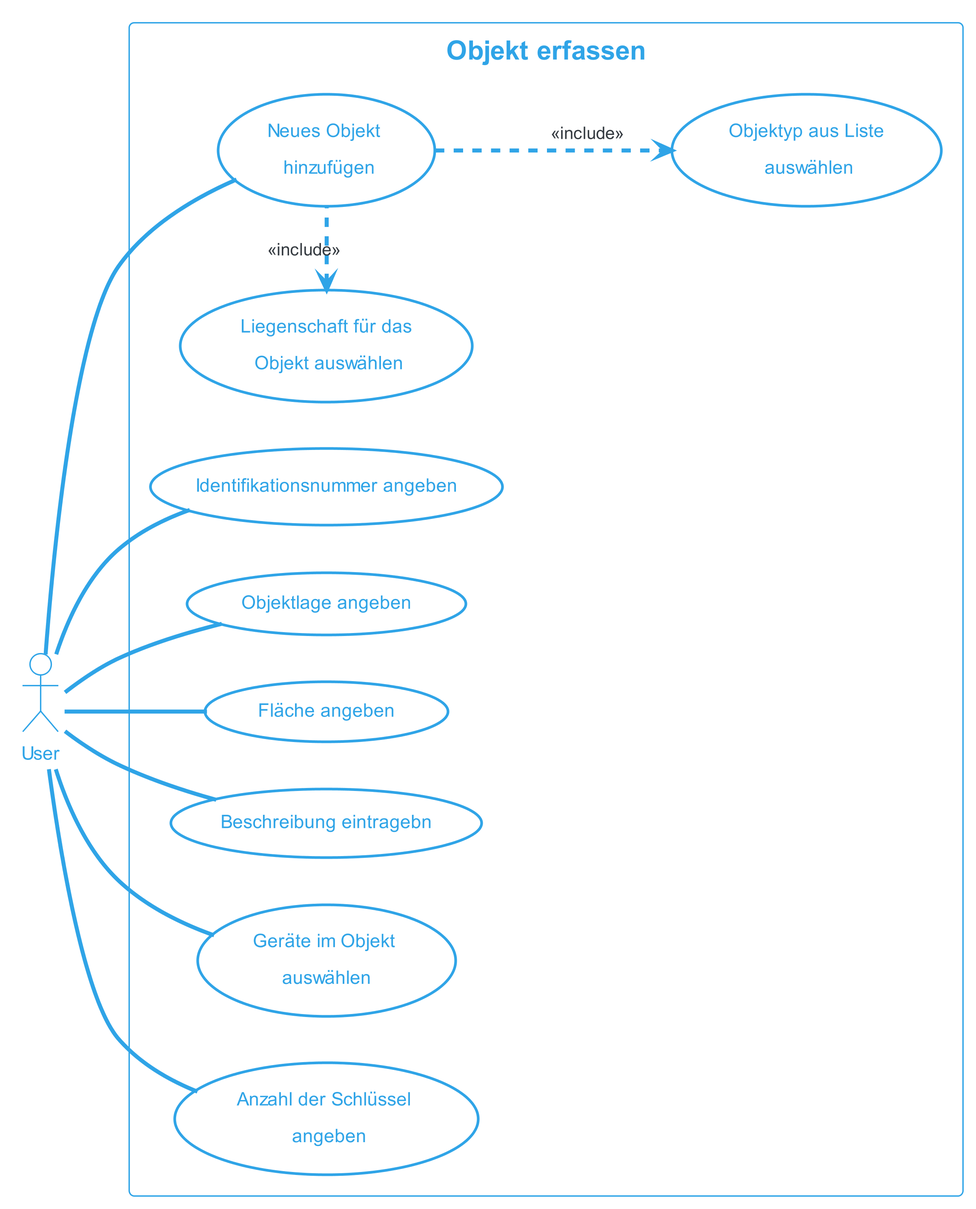
Before: docs/content/diagrams/out/usecase/objektErfassen/ObjektErfassen.png, a diagram exported from PlantUML (sirtheta/ImmoGlobal_Semesterarbeit).
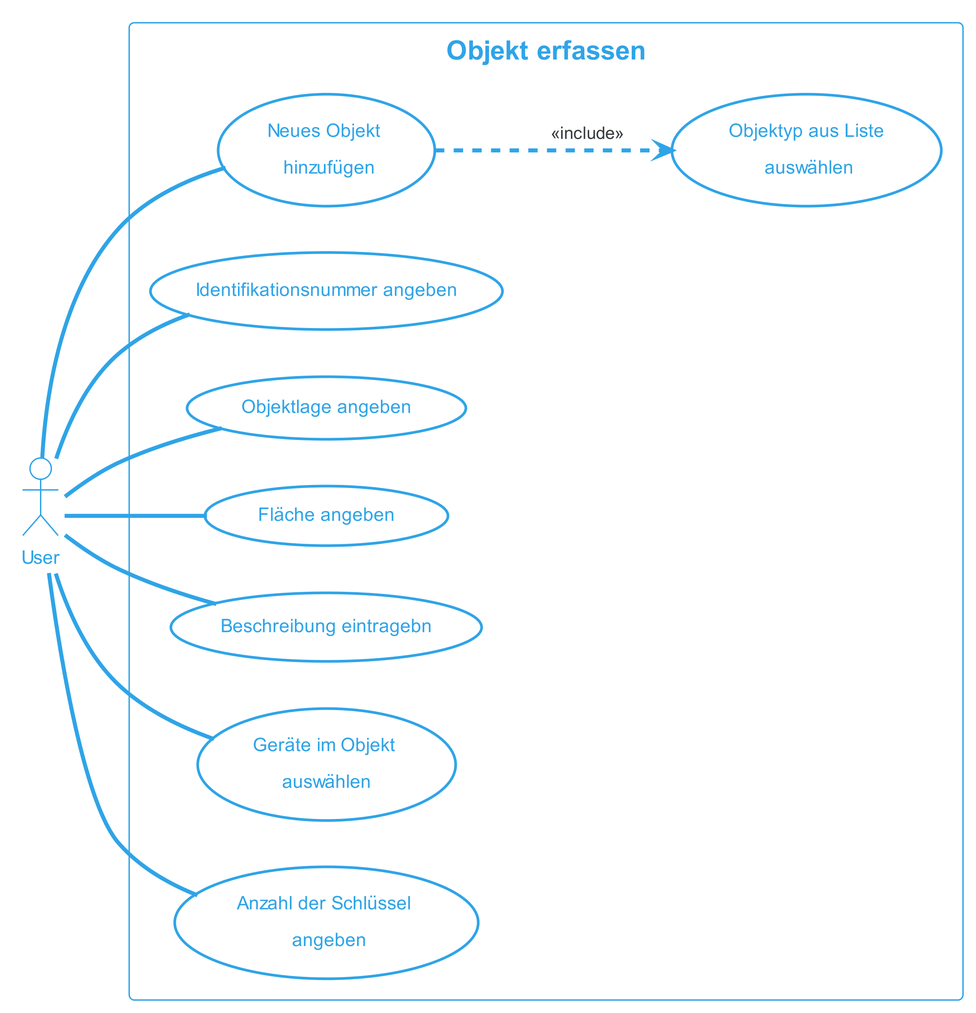
The same diagram one commit later.

The edit, as a diff of the source:
```diff
@@ -5,7 +5,6 @@
 actor "User" as fc
 rectangle "Objekt erfassen" {
   usecase "Neues Objekt \n hinzufügen" as UC1
-  usecase "Liegenschaft für das\n Objekt auswählen"as inc1
   usecase "Objektyp aus Liste\n auswählen" as inc2
   usecase "Identifikationsnummer angeben" as UC2
   usecase "Objektlage angeben" as UC3
@@ -15,7 +14,6 @@
   usecase "Anzahl der Schlüssel \n angeben" as UC7
 }
 fc -- UC1
-UC1 .left.> inc1 : <<include>>
 UC1 .down.> inc2 : <<include>>
 fc -- UC2
 fc -- UC3
```
